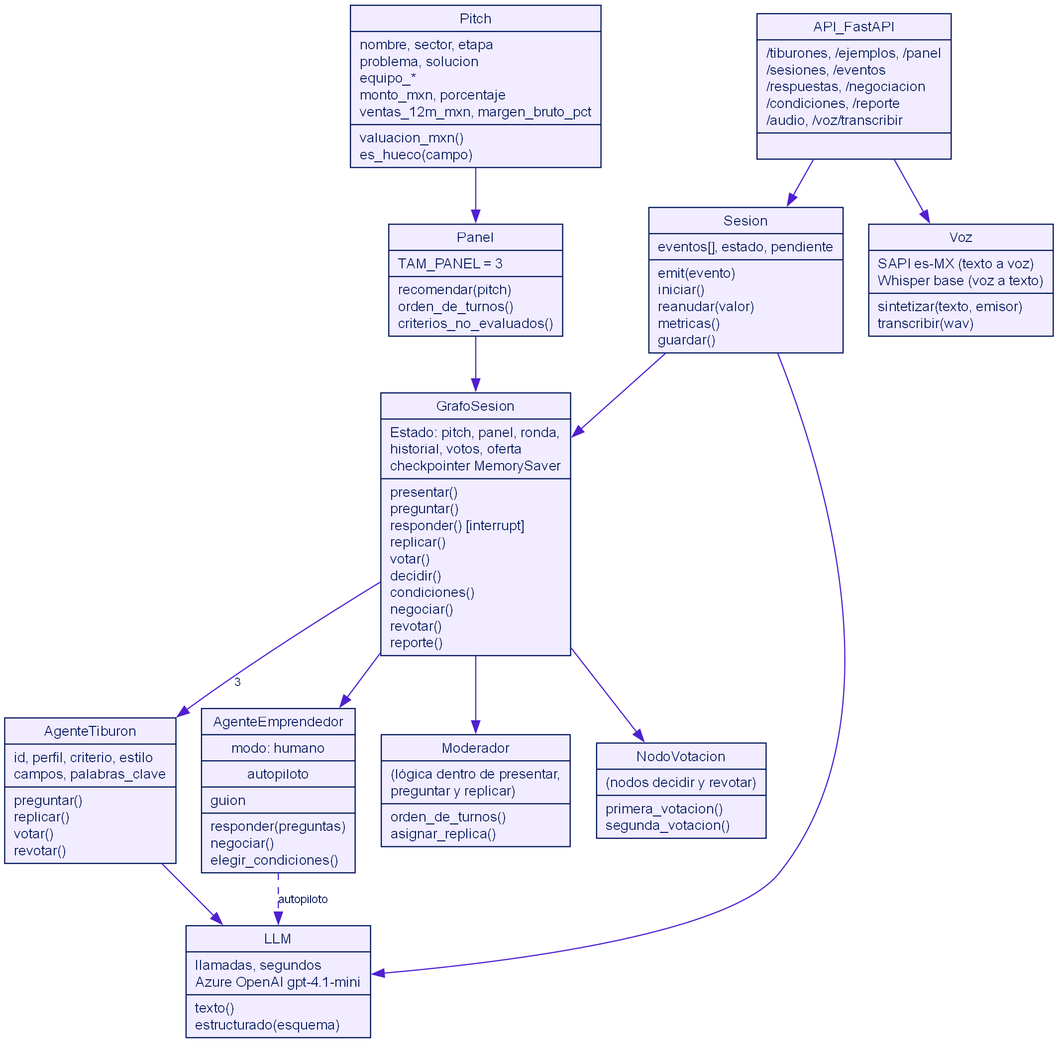
This is docs/figuras/f05a_clases_servicio.png from albertolopezb/NeuralHub, a Graphviz export, as it was before one commit. Its source is kept beside it as docs/figuras/f05a_clases_servicio.dot.
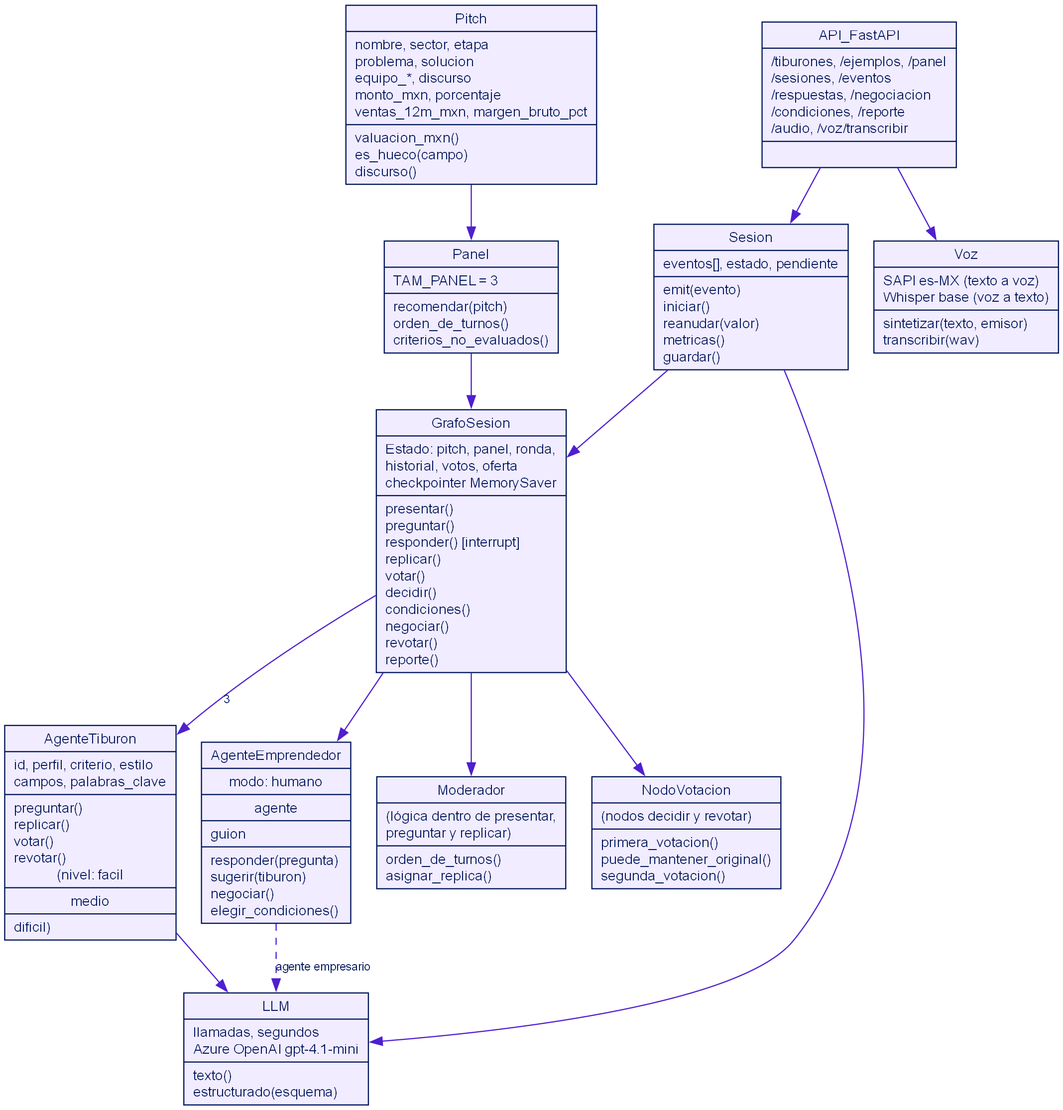
The same file after the commit.

The edit, as a diff of the source:
```diff
@@ -1,15 +1,15 @@
 digraph G{ bgcolor=white; fontname="Helvetica"; node[fontname="Helvetica",fontsize=12,color="#00165C",fontcolor="#00165C",shape=record,style=filled]; edge[fontname="Helvetica",fontsize=10,color="#4F1FD0",fontcolor="#00165C"]; rankdir=TB; nodesep=.3; ranksep=.45;
-Pitch[fillcolor="#F1ECFF",label="{Pitch|nombre, sector, etapa\lproblema, solucion\lequipo_*\lmonto_mxn, porcentaje\lventas_12m_mxn, margen_bruto_pct\l|valuacion_mxn()\les_hueco(campo)\l}"];
+Pitch[fillcolor="#F1ECFF",label="{Pitch|nombre, sector, etapa\lproblema, solucion\lequipo_*, discurso\lmonto_mxn, porcentaje\lventas_12m_mxn, margen_bruto_pct\l|valuacion_mxn()\les_hueco(campo)\ldiscurso()\l}"];
 Panel[fillcolor="#F1ECFF",label="{Panel|TAM_PANEL = 3\l|recomendar(pitch)\lorden_de_turnos()\lcriterios_no_evaluados()\l}"];
-AgenteTiburon[fillcolor="#F1ECFF",label="{AgenteTiburon|id, perfil, criterio, estilo\lcampos, palabras_clave\l|preguntar()\lreplicar()\lvotar()\lrevotar()\l}"];
-AgenteEmprendedor[fillcolor="#F1ECFF",label="{AgenteEmprendedor|modo: humano | autopiloto | guion\l|responder(preguntas)\lnegociar()\lelegir_condiciones()\l}"];
+AgenteTiburon[fillcolor="#F1ECFF",label="{AgenteTiburon|id, perfil, criterio, estilo\lcampos, palabras_clave\l|preguntar()\lreplicar()\lvotar()\lrevotar()\l(nivel: facil|medio|dificil)\l}"];
+AgenteEmprendedor[fillcolor="#F1ECFF",label="{AgenteEmprendedor|modo: humano | agente | guion\l|responder(pregunta)\lsugerir(tiburon)\lnegociar()\lelegir_condiciones()\l}"];
 Moderador[fillcolor="#F1ECFF",label="{Moderador|(lógica dentro de presentar,\lpreguntar y replicar)\l|orden_de_turnos()\lasignar_replica()\l}"];
-NodoVotacion[fillcolor="#F1ECFF",label="{NodoVotacion|(nodos decidir y revotar)\l|primera_votacion()\lsegunda_votacion()\l}"];
+NodoVotacion[fillcolor="#F1ECFF",label="{NodoVotacion|(nodos decidir y revotar)\l|primera_votacion()\lpuede_mantener_original()\lsegunda_votacion()\l}"];
 GrafoSesion[fillcolor="#F1ECFF",label="{GrafoSesion|Estado: pitch, panel, ronda,\lhistorial, votos, oferta\lcheckpointer MemorySaver\l|presentar()\lpreguntar()\lresponder() [interrupt]\lreplicar()\lvotar()\ldecidir()\lcondiciones()\lnegociar()\lrevotar()\lreporte()\l}"];
 LLM[fillcolor="#F1ECFF",label="{LLM|llamadas, segundos\lAzure OpenAI gpt-4.1-mini\l|texto()\lestructurado(esquema)\l}"];
 Sesion[fillcolor="#F1ECFF",label="{Sesion|eventos[], estado, pendiente\l|emit(evento)\liniciar()\lreanudar(valor)\lmetricas()\lguardar()\l}"];
 API_FastAPI[fillcolor="#F1ECFF",label="{API_FastAPI|/tiburones, /ejemplos, /panel\l/sesiones, /eventos\l/respuestas, /negociacion\l/condiciones, /reporte\l/audio, /voz/transcribir\l|}"];
 Voz[fillcolor="#F1ECFF",label="{Voz|SAPI es-MX (texto a voz)\lWhisper base (voz a texto)\l|sintetizar(texto, emisor)\ltranscribir(wav)\l}"];
 Pitch->Panel; Panel->GrafoSesion; GrafoSesion->AgenteTiburon[label="3"]; GrafoSesion->AgenteEmprendedor; GrafoSesion->Moderador; GrafoSesion->NodoVotacion;
-AgenteTiburon->LLM; AgenteEmprendedor->LLM[style=dashed,label="autopiloto"]; Sesion->GrafoSesion; Sesion->LLM; API_FastAPI->Sesion; API_FastAPI->Voz;
+AgenteTiburon->LLM; AgenteEmprendedor->LLM[style=dashed,label="agente empresario"]; Sesion->GrafoSesion; Sesion->LLM; API_FastAPI->Sesion; API_FastAPI->Voz;
 }
```
